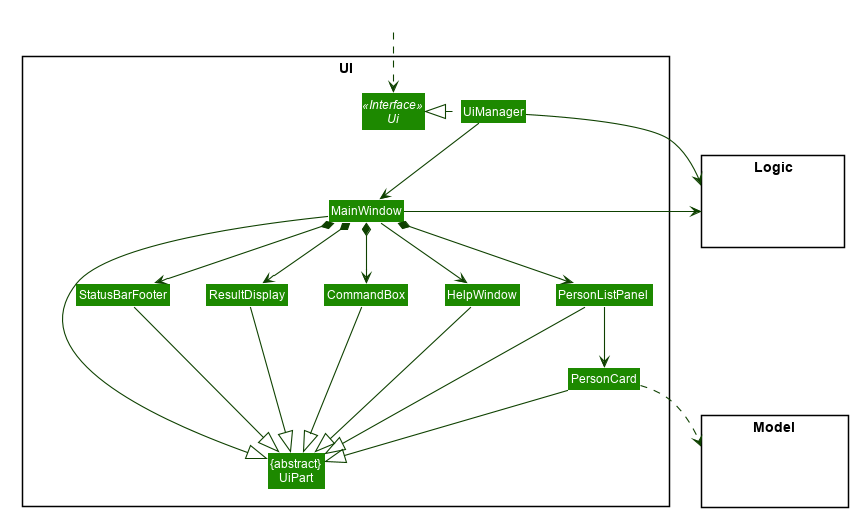
This is docs/images/UiClassDiagram.png from nus-cs2103-AY2021S1/tp, a PlantUML export, as it was before one commit.
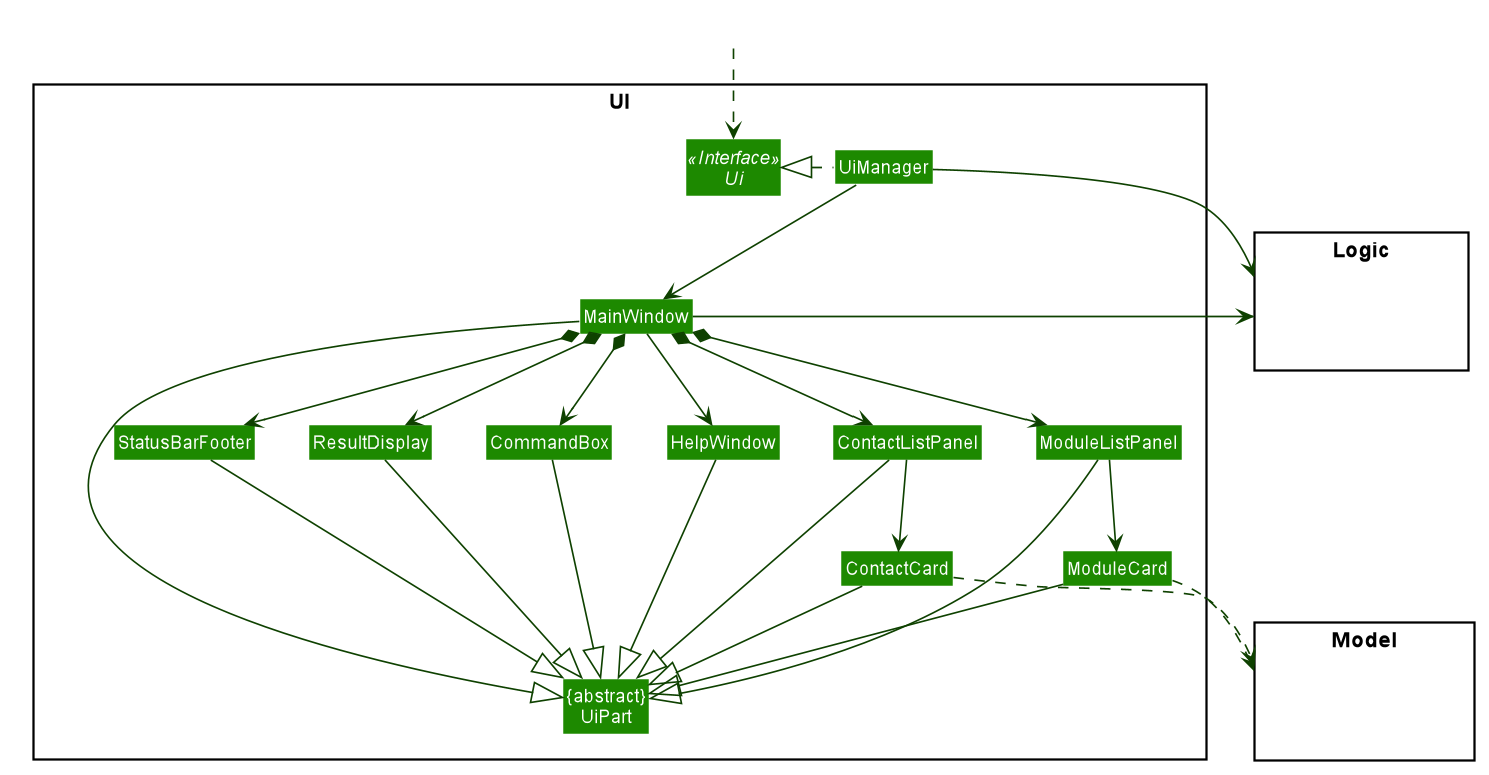
After the change.

Commit message:
Update Ui UML diagram

Diff of the diagram source:
```diff
@@ -58,10 +58,12 @@
 Class MainWindow
 Class HelpWindow
 Class ResultDisplay
-Class PersonListPanel
-Class PersonCard
+Class ModuleListPanel
+Class ModuleCard
 Class StatusBarFooter
 Class CommandBox
+Class ContactListPanel
+Class ContactCard
 }
 
 package Model <<Rectangle>> {
@@ -80,25 +82,31 @@
 MainWindow --> HelpWindow
 MainWindow *-down-> CommandBox
 MainWindow *-down-> ResultDisplay
-MainWindow *-down-> PersonListPanel
+MainWindow *-down-> ModuleListPanel
+MainWindow *-down-> ContactListPanel
 MainWindow *-down-> StatusBarFooter
 
-PersonListPanel -down-> PersonCard
+ModuleListPanel -down-> ModuleCard
+ContactListPanel -down-> ContactCard
 
 MainWindow -left-|> UiPart
 
 ResultDisplay --|> UiPart
 CommandBox --|> UiPart
-PersonListPanel --|> UiPart
-PersonCard --|> UiPart
+ModuleListPanel --|> UiPart
+ContactListPanel --|> UiPart
+ModuleCard --|> UiPart
+ContactCard --|> UiPart
 StatusBarFooter --|> UiPart
 HelpWindow -down-|> UiPart
 
-PersonCard ..> Model
+ModuleCard ..> Model
+ContactCard ..> Model
 UiManager -right-> Logic
 MainWindow -left-> Logic
 
-PersonListPanel -[hidden]left- HelpWindow
+ModuleListPanel -[hidden]left- HelpWindow
+ContactListPanel -[hidden]left- HelpWindow
 HelpWindow -[hidden]left- CommandBox
 CommandBox -[hidden]left- ResultDisplay
 ResultDisplay -[hidden]left- StatusBarFooter
```
